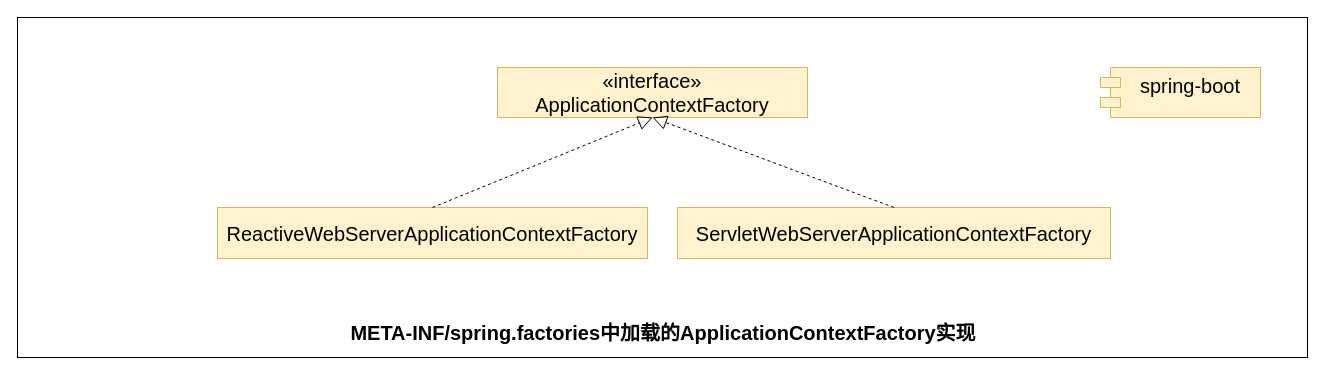
czwer/dubbo-learning keeps this draw.io diagram as dubbo-learning-doc/drawio/源码分析/1_SpringApplication_run方法/资源加载/5_META-INF_spring_factories_ApplicationContextFactory.drawio. Above is the earlier version. Source tidied: cells renumbered, new cells numbered last; positions are measured from the earlier drawing's top-left corner, leaving out a move shared by most shapes. Both pictures are drawn from the tidied source at 100%, with x=0, y=0 at pixel (17, 17).
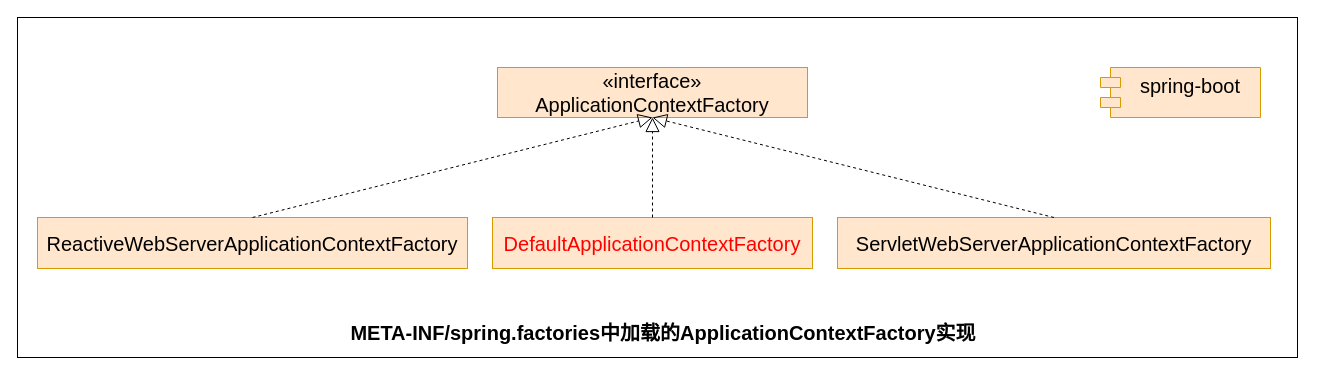
The same diagram, later.

The edit, as a diff of the source:
```diff
@@
 <mxGraphModel>
   <root>
     <mxCell id="0" />
     <mxCell id="1" parent="0" />
     <mxCell id="2" style="rounded=0;whiteSpace=wrap;html=1;" parent="1" vertex="1">
-      <mxGeometry width="1290" height="340" as="geometry" />
+      <mxGeometry width="1280" height="340" as="geometry" />
     </mxCell>
-    <mxCell id="3" value="«interface»&lt;br&gt;ApplicationContextFactory" style="html=1;whiteSpace=wrap;fontSize=20;fontStyle=0;fillColor=#fff2cc;strokeColor=#d6b656;" parent="1" vertex="1">
+    <mxCell id="3" value="«interface»&lt;br&gt;ApplicationContextFactory" style="html=1;whiteSpace=wrap;fontSize=20;fontStyle=0;fillColor=#ffe6cc;strokeColor=#d79b00;" parent="1" vertex="1">
       <mxGeometry x="480" y="50" width="310" height="50" as="geometry" />
     </mxCell>
-    <mxCell id="4" value="spring-boot&lt;div&gt;&lt;div&gt;&lt;br&gt;&lt;/div&gt;&lt;/div&gt;" style="shape=module;align=left;spacingLeft=20;align=center;verticalAlign=top;whiteSpace=wrap;html=1;fontSize=20;fillColor=#fff2cc;strokeColor=#d6b656;" parent="1" vertex="1">
+    <mxCell id="4" value="spring-boot&lt;div&gt;&lt;div&gt;&lt;br&gt;&lt;/div&gt;&lt;/div&gt;" style="shape=module;align=left;spacingLeft=20;align=center;verticalAlign=top;whiteSpace=wrap;html=1;fontSize=20;fillColor=#ffe6cc;strokeColor=#d79b00;" parent="1" vertex="1">
       <mxGeometry x="1083" y="50" width="160" height="50" as="geometry" />
     </mxCell>
-    <mxCell id="5" value="&lt;div&gt;ReactiveWebServerApplicationContextFactory&lt;/div&gt;" style="html=1;whiteSpace=wrap;fontSize=20;verticalAlign=middle;align=center;fillColor=#fff2cc;strokeColor=#d6b656;fontColor=#000000;" parent="1" vertex="1">
-      <mxGeometry x="200" y="190" width="430" height="51" as="geometry" />
+    <mxCell id="5" value="&lt;div&gt;ReactiveWebServerApplicationContextFactory&lt;/div&gt;" style="html=1;whiteSpace=wrap;fontSize=20;verticalAlign=middle;align=center;fillColor=#ffe6cc;strokeColor=#d79b00;" parent="1" vertex="1">
+      <mxGeometry x="20" y="200" width="430" height="51" as="geometry" />
     </mxCell>
     <mxCell id="6" style="endArrow=block;dashed=1;endFill=0;endSize=12;html=1;rounded=0;exitX=0.5;exitY=0;exitDx=0;exitDy=0;entryX=0.5;entryY=1;entryDx=0;entryDy=0;" parent="1" edge="1" source="5" target="3">
       <mxGeometry relative="1" as="geometry" />
     </mxCell>
     <mxCell id="7" value="META-INF/spring.factories中加载的&lt;span style=&quot;&quot;&gt;ApplicationContextFactory&lt;/span&gt;实现" style="text;html=1;align=center;verticalAlign=middle;whiteSpace=wrap;rounded=0;fontSize=20;fontStyle=1;" parent="1" vertex="1">
       <mxGeometry x="225.5" y="300" width="840" height="30" as="geometry" />
     </mxCell>
-    <mxCell id="8" value="&lt;div&gt;ServletWebServerApplicationContextFactory&lt;/div&gt;" style="html=1;whiteSpace=wrap;fontSize=20;verticalAlign=middle;align=center;fillColor=#fff2cc;strokeColor=#d6b656;" parent="1" vertex="1">
-      <mxGeometry x="660" y="190" width="433" height="51" as="geometry" />
+    <mxCell id="8" value="&lt;div&gt;ServletWebServerApplicationContextFactory&lt;/div&gt;" style="html=1;whiteSpace=wrap;fontSize=20;verticalAlign=middle;align=center;fillColor=#ffe6cc;strokeColor=#d79b00;" parent="1" vertex="1">
+      <mxGeometry x="820" y="200" width="433" height="51" as="geometry" />
     </mxCell>
     <mxCell id="9" style="endArrow=block;dashed=1;endFill=0;endSize=12;html=1;rounded=0;exitX=0.5;exitY=0;exitDx=0;exitDy=0;entryX=0.5;entryY=1;entryDx=0;entryDy=0;" parent="1" edge="1" source="8" target="3">
       <mxGeometry relative="1" as="geometry" />
     </mxCell>
+    <mxCell id="10" value="&lt;div&gt;&lt;font style=&quot;color: rgb(255, 0, 0);&quot;&gt;DefaultApplicationContextFactory&lt;/font&gt;&lt;/div&gt;" style="html=1;whiteSpace=wrap;fontSize=20;verticalAlign=middle;align=center;fillColor=#ffe6cc;strokeColor=#d79b00;" parent="1" vertex="1">
+      <mxGeometry x="475" y="200" width="320" height="51" as="geometry" />
+    </mxCell>
+    <mxCell id="11" style="endArrow=block;dashed=1;endFill=0;endSize=12;html=1;rounded=0;exitX=0.5;exitY=0;exitDx=0;exitDy=0;" parent="1" edge="1" source="10" target="3">
+      <mxGeometry relative="1" as="geometry" />
+    </mxCell>
   </root>
 </mxGraphModel>
```
